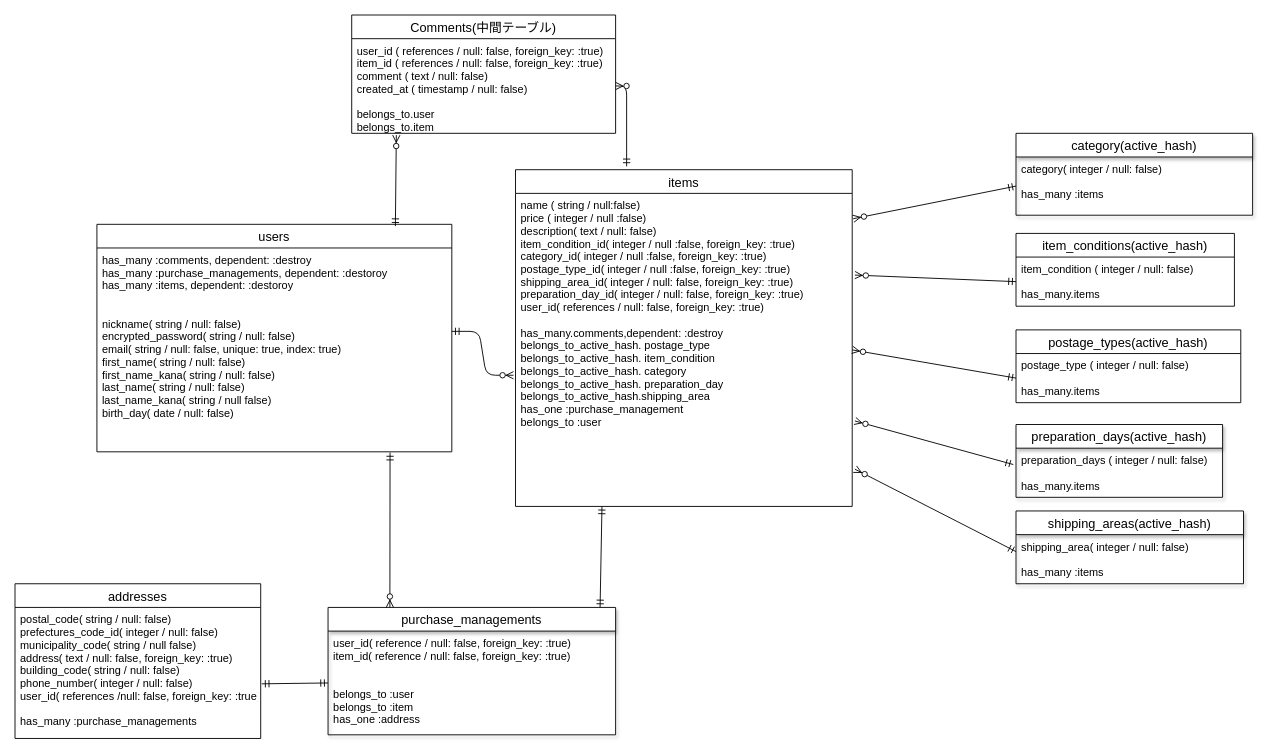
The draw.io diagram furima.dio in Yuuki8568/furima-32047, before the edit. Source tidied: cells renumbered, new cells numbered last; positions are measured from the earlier drawing's top-left corner, leaving out a move shared by most shapes. Both pictures are drawn from the tidied source at 91%, with x=0, y=0 at pixel (15, 15).
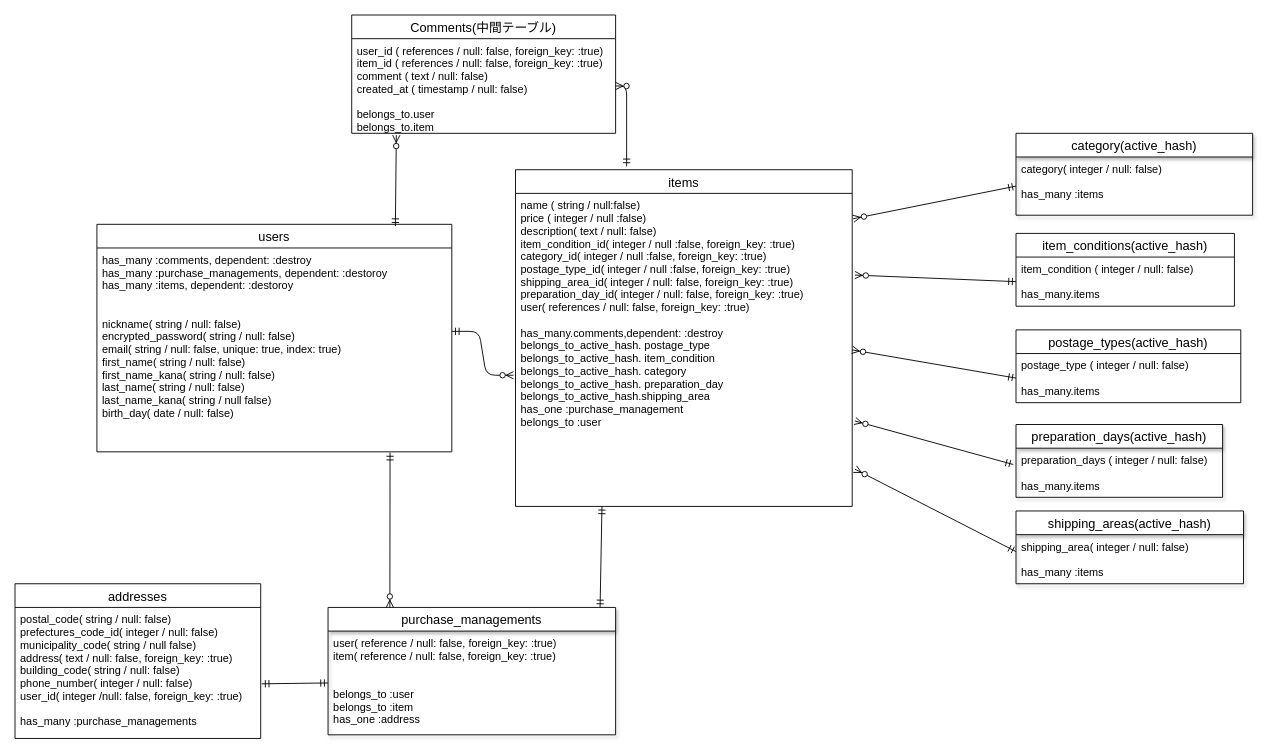
The same page after the edit.

Commit message (it also covers changes not shown here):
データベース設計修正６

Unchanged cells that the change refers to:
```xml
<mxCell id="3" value="items" style="swimlane;fontStyle=0;horizontal=1;startSize=26;align=center;fontSize=14;" parent="1" vertex="1">
  <mxGeometry x="550" y="170" width="370" height="370" as="geometry" />
</mxCell>
<mxCell id="18" value="purchase_managements" style="swimlane;fontStyle=0;horizontal=1;startSize=26;align=center;fontSize=14;shadow=1;" parent="1" vertex="1">
  <mxGeometry x="344" y="651" width="316" height="140" as="geometry" />
</mxCell>
<mxCell id="25" value="addresses" style="swimlane;fontStyle=0;horizontal=1;startSize=26;align=center;fontSize=14;" parent="1" vertex="1">
  <mxGeometry y="625" width="270" height="170" as="geometry" />
</mxCell>
```

Diff of the diagram source:
```diff
@@
-    <mxCell id="4" value="name ( string / null:false)&#10;price ( integer / null :false)&#10;description( text / null: false)&#10;item_condition_id( integer / null :false, foreign_key: :true)&#10;category_id( integer / null :false, foreign_key: :true)&#10;postage_type_id( integer / null :false, foreign_key: :true)&#10;shipping_area_id( integer / null: false, foreign_key: :true)&#10;preparation_day_id( integer / null: false, foreign_key: :true)&#10;user_id( references / null: false, foreign_key: :true)&#10;&#10;has_many.comments,dependent: :destroy&#10;belongs_to_active_hash. postage_type&#10;belongs_to_active_hash. item_condition&#10;belongs_to_active_hash. category&#10;belongs_to_active_hash. preparation_day&#10;belongs_to_active_hash.shipping_area&#10;has_one :purchase_management&#10;belongs_to :user" style="text;strokeColor=none;fillColor=none;spacingLeft=4;spacingRight=4;overflow=hidden;points=[[0,0.5],[1,0.5]];portConstraint=eastwest;fontSize=12;shadow=1;" parent="3" vertex="1">
+    <mxCell id="4" value="name ( string / null:false)&#10;price ( integer / null :false)&#10;description( text / null: false)&#10;item_condition_id( integer / null :false, foreign_key: :true)&#10;category_id( integer / null :false, foreign_key: :true)&#10;postage_type_id( integer / null :false, foreign_key: :true)&#10;shipping_area_id( integer / null: false, foreign_key: :true)&#10;preparation_day_id( integer / null: false, foreign_key: :true)&#10;user( references / null: false, foreign_key: :true)&#10;&#10;has_many.comments,dependent: :destroy&#10;belongs_to_active_hash. postage_type&#10;belongs_to_active_hash. item_condition&#10;belongs_to_active_hash. category&#10;belongs_to_active_hash. preparation_day&#10;belongs_to_active_hash.shipping_area&#10;has_one :purchase_management&#10;belongs_to :user" style="text;strokeColor=none;fillColor=none;spacingLeft=4;spacingRight=4;overflow=hidden;points=[[0,0.5],[1,0.5]];portConstraint=eastwest;fontSize=12;shadow=1;" parent="3" vertex="1">
       <mxGeometry y="26" width="370" height="344" as="geometry" />
     </mxCell>
@@
-    <mxCell id="19" value="user_id( reference / null: false, foreign_key: :true)&#10;item_id( reference / null: false, foreign_key: :true)&#10;&#10;&#10;belongs_to :user&#10;belongs_to :item&#10;has_one :address" style="text;strokeColor=none;fillColor=none;spacingLeft=4;spacingRight=4;overflow=hidden;points=[[0,0.5],[1,0.5]];portConstraint=eastwest;fontSize=12;" parent="18" vertex="1">
+    <mxCell id="19" value="user( reference / null: false, foreign_key: :true)&#10;item( reference / null: false, foreign_key: :true)&#10;&#10;&#10;belongs_to :user&#10;belongs_to :item&#10;has_one :address" style="text;strokeColor=none;fillColor=none;spacingLeft=4;spacingRight=4;overflow=hidden;points=[[0,0.5],[1,0.5]];portConstraint=eastwest;fontSize=12;" parent="18" vertex="1">
       <mxGeometry y="26" width="316" height="114" as="geometry" />
     </mxCell>
@@
-    <mxCell id="26" value="postal_code( string / null: false)&#10;prefectures_code_id( integer / null: false)&#10;municipality_code( string / null false)&#10;address( text / null: false, foreign_key: :true)&#10;building_code( string / null: false)&#10;phone_number( integer / null: false)&#10;user_id( references /null: false, foreign_key: :true)&#10;&#10;has_many :purchase_managements" style="text;strokeColor=none;fillColor=none;spacingLeft=4;spacingRight=4;overflow=hidden;points=[[0,0.5],[1,0.5]];portConstraint=eastwest;fontSize=12;" parent="25" vertex="1">
+    <mxCell id="26" value="postal_code( string / null: false)&#10;prefectures_code_id( integer / null: false)&#10;municipality_code( string / null false)&#10;address( text / null: false, foreign_key: :true)&#10;building_code( string / null: false)&#10;phone_number( integer / null: false)&#10;user_id( integer /null: false, foreign_key: :true)&#10;&#10;has_many :purchase_managements" style="text;strokeColor=none;fillColor=none;spacingLeft=4;spacingRight=4;overflow=hidden;points=[[0,0.5],[1,0.5]];portConstraint=eastwest;fontSize=12;" parent="25" vertex="1">
       <mxGeometry y="26" width="270" height="144" as="geometry" />
     </mxCell>
```
